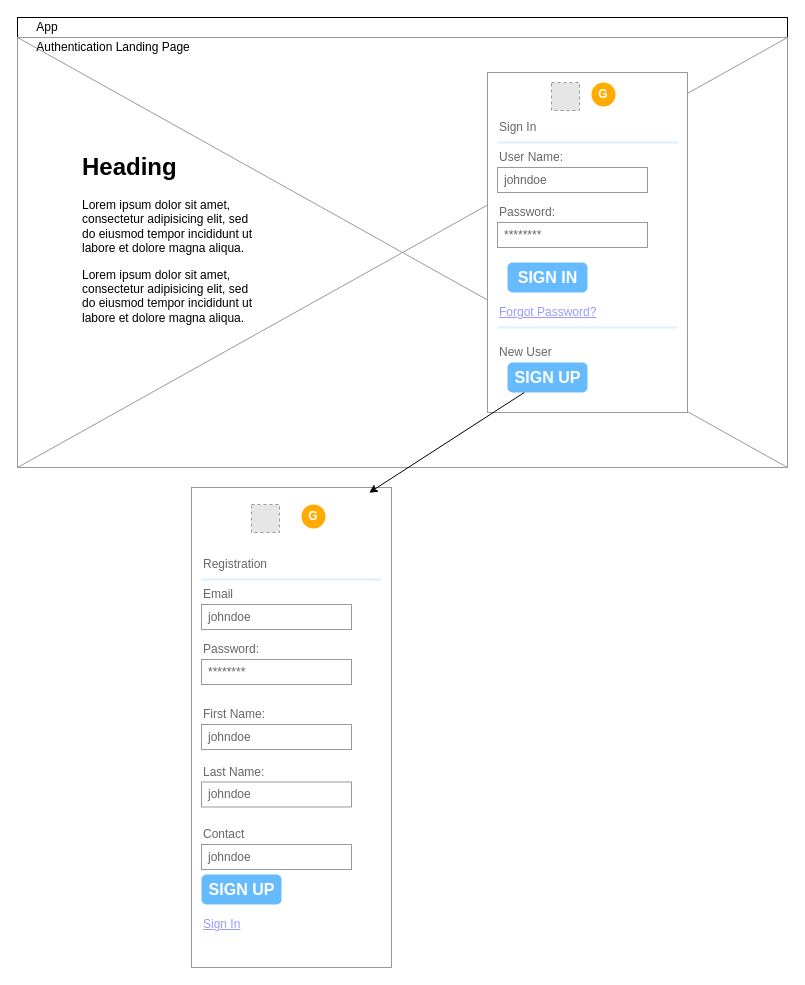
The draw.io diagram IotSimulator_Login_Wireframe.drawio in tchowdhury/Architecture-Diagrams, before the edit. Source tidied: cells renumbered, new cells numbered last; positions are measured from the earlier drawing's top-left corner, leaving out a move shared by most shapes. Both pictures are drawn from the tidied source at 100%, with x=0, y=0 at pixel (17, 17). Pictures stored in the file or linked from it are replaced by grey dashed boxes.
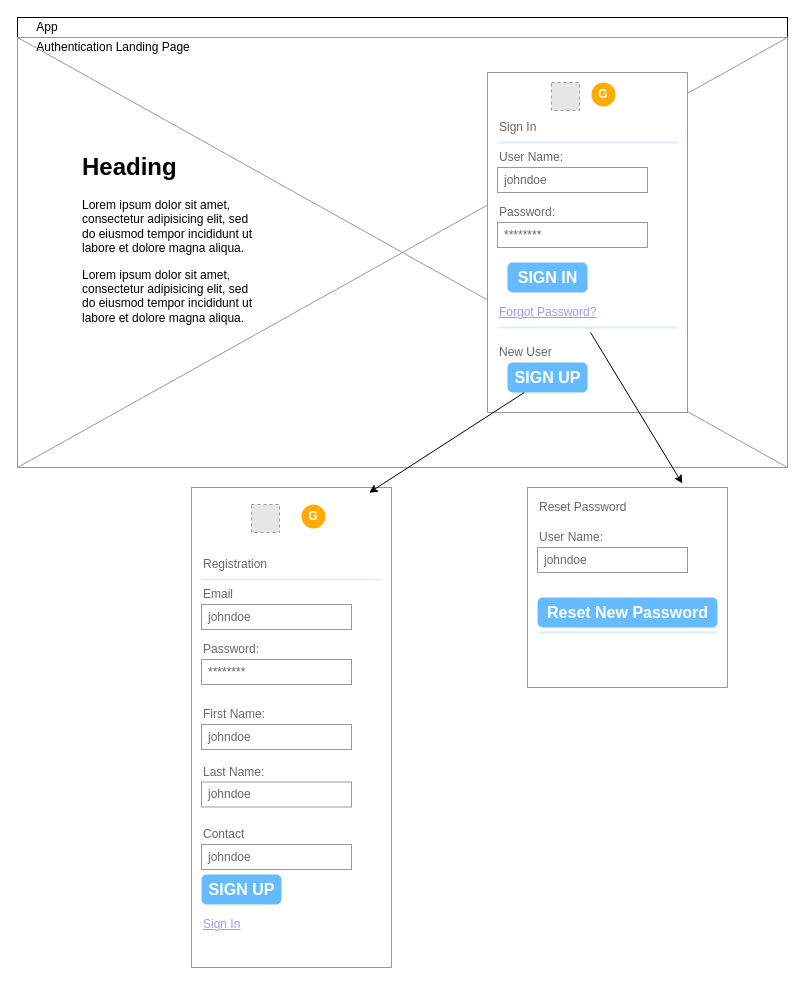
Above is the later version.

The change refers to these unchanged cells:
```xml
<mxCell id="16" style="shape=line;strokeColor=#ddeeff;strokeWidth=2;html=1;" parent="7" vertex="1">
  <mxGeometry y="1" width="180" height="10" relative="1" as="geometry">
    <mxPoint x="10" y="-90" as="offset" />
  </mxGeometry>
</mxCell>
```

Diff of the diagram source:
```diff
@@
+    <mxCell id="39" style="strokeWidth=1;shadow=0;dashed=0;align=center;html=1;shape=mxgraph.mockup.forms.rrect;rSize=0;strokeColor=#999999;fillColor=#ffffff;" parent="1" vertex="1">
+      <mxGeometry x="510" y="470" width="200" height="200" as="geometry" />
+    </mxCell>
+    <mxCell id="40" value="Reset Password" style="strokeWidth=1;shadow=0;dashed=0;align=center;html=1;shape=mxgraph.mockup.forms.anchor;fontSize=12;fontColor=#666666;align=left;spacingLeft=0;" parent="39" vertex="1">
+      <mxGeometry width="100" height="20" relative="1" as="geometry">
+        <mxPoint x="10" y="10" as="offset" />
+      </mxGeometry>
+    </mxCell>
+    <mxCell id="41" style="shape=line;strokeColor=#ddeeff;strokeWidth=2;html=1;" parent="39" vertex="1">
+      <mxGeometry width="180" height="10" relative="1" as="geometry">
+        <mxPoint x="10" y="140" as="offset" />
+      </mxGeometry>
+    </mxCell>
+    <mxCell id="42" value="User Name:" style="strokeWidth=1;shadow=0;dashed=0;align=center;html=1;shape=mxgraph.mockup.forms.anchor;fontSize=12;fontColor=#666666;align=left;spacingLeft=0;" parent="39" vertex="1">
+      <mxGeometry width="100" height="20" relative="1" as="geometry">
+        <mxPoint x="10" y="40" as="offset" />
+      </mxGeometry>
+    </mxCell>
+    <mxCell id="43" value="johndoe" style="strokeWidth=1;shadow=0;dashed=0;align=center;html=1;shape=mxgraph.mockup.forms.rrect;rSize=0;strokeColor=#999999;fontColor=#666666;align=left;spacingLeft=5;" parent="39" vertex="1">
+      <mxGeometry width="150" height="25" relative="1" as="geometry">
+        <mxPoint x="10" y="60" as="offset" />
+      </mxGeometry>
+    </mxCell>
+    <mxCell id="44" value="Reset New Password" style="strokeWidth=1;shadow=0;dashed=0;align=center;html=1;shape=mxgraph.mockup.forms.rrect;rSize=5;strokeColor=none;fontColor=#ffffff;fillColor=#66bbff;fontSize=16;fontStyle=1;" parent="39" vertex="1">
+      <mxGeometry y="1" width="180" height="30" relative="1" as="geometry">
+        <mxPoint x="10" y="-90" as="offset" />
+      </mxGeometry>
+    </mxCell>
+    <mxCell id="45" style="endArrow=classic;html=1;rounded=0;entryX=0.774;entryY=-0.02;entryDx=0;entryDy=0;entryPerimeter=0;" parent="1" edge="1" source="16" target="39">
+      <mxGeometry relative="1" as="geometry" />
+    </mxCell>
```
